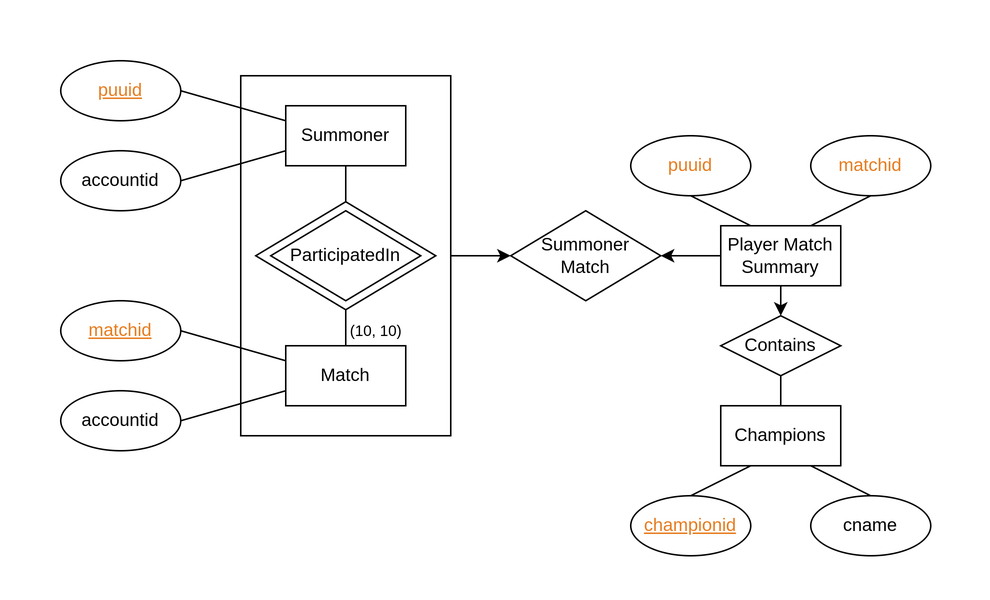
andr-dev/CS348 keeps this draw.io diagram as db/diagram/er.png. Above is the earlier version. Source tidied: cells renumbered, new cells last; positions are measured from the earlier drawing's top-left corner, leaving out a move shared by most shapes.
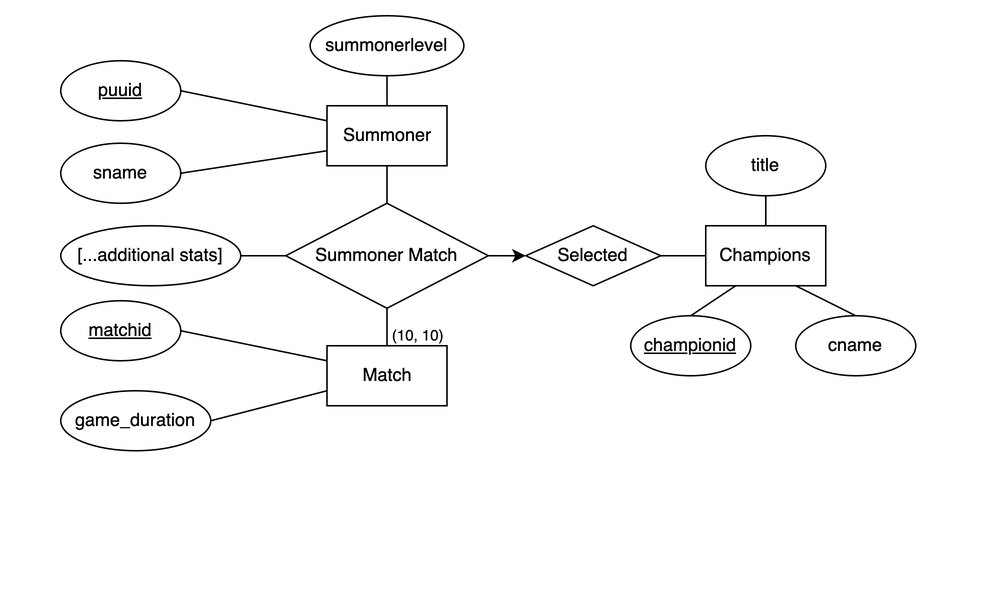
Later version of the same file.

Diff of the diagram source:
```diff
@@ -2,13 +2,7 @@
   <root>
     <mxCell id="0" />
     <mxCell id="1" parent="0" />
-    <mxCell id="2" style="edgeStyle=none;rounded=0;jettySize=auto;html=1;exitX=1;exitY=0.5;exitDx=0;exitDy=0;entryX=0;entryY=0.5;entryDx=0;entryDy=0;fontSize=10;fontColor=#E67E22;startArrow=none;startFill=0;endArrow=classic;endFill=1;" parent="1" edge="1" source="3" target="31">
-      <mxGeometry relative="1" as="geometry" />
-    </mxCell>
-    <mxCell id="3" style="rounded=0;whiteSpace=wrap;html=1;fontSize=5;fontColor=#000000;" parent="1" vertex="1">
-      <mxGeometry x="120" y="10" width="140" height="240" as="geometry" />
-    </mxCell>
-    <mxCell id="4" style="edgeStyle=none;rounded=0;jettySize=auto;html=1;exitX=0.5;exitY=0;exitDx=0;exitDy=0;entryX=0.5;entryY=1;entryDx=0;entryDy=0;fontSize=10;fontColor=#E67E22;startArrow=none;startFill=0;endArrow=none;endFill=0;" parent="1" edge="1" source="7" target="32">
+    <mxCell id="4" style="edgeStyle=none;rounded=0;jettySize=auto;html=1;exitX=0;exitY=0.5;exitDx=0;exitDy=0;entryX=1;entryY=0.5;entryDx=0;entryDy=0;fontSize=10;fontColor=#E67E22;startArrow=none;startFill=0;endArrow=none;endFill=0;" parent="1" edge="1" source="7" target="32">
       <mxGeometry relative="1" as="geometry" />
     </mxCell>
     <mxCell id="5" style="edgeStyle=none;rounded=0;jettySize=auto;html=1;exitX=0.25;exitY=1;exitDx=0;exitDy=0;entryX=0.5;entryY=0;entryDx=0;entryDy=0;fontSize=10;fontColor=#E67E22;startArrow=none;startFill=0;endArrow=none;endFill=0;" parent="1" edge="1" source="7" target="8">
@@ -18,82 +12,80 @@
       <mxGeometry relative="1" as="geometry" />
     </mxCell>
     <mxCell id="7" value="Champions" style="rounded=0;whiteSpace=wrap;html=1;" parent="1" vertex="1">
-      <mxGeometry x="440" y="230" width="80" height="40" as="geometry" />
+      <mxGeometry x="430" y="110" width="80" height="40" as="geometry" />
     </mxCell>
-    <mxCell id="8" value="&lt;font&gt;&lt;u&gt;championid&lt;/u&gt;&lt;/font&gt;" style="ellipse;whiteSpace=wrap;html=1;fontColor=#e67e22;" parent="1" vertex="1">
-      <mxGeometry x="380" y="290" width="80" height="40" as="geometry" />
+    <mxCell id="8" value="&lt;font color=&quot;#0d0702&quot;&gt;&lt;u&gt;championid&lt;/u&gt;&lt;/font&gt;" style="ellipse;whiteSpace=wrap;html=1;fontColor=#e67e22;" parent="1" vertex="1">
+      <mxGeometry x="380" y="170" width="80" height="40" as="geometry" />
     </mxCell>
     <mxCell id="9" value="&lt;font color=&quot;#000000&quot;&gt;cname&lt;/font&gt;" style="ellipse;whiteSpace=wrap;html=1;fontColor=#e67e22;" parent="1" vertex="1">
-      <mxGeometry x="500" y="290" width="80" height="40" as="geometry" />
+      <mxGeometry x="490" y="170" width="80" height="40" as="geometry" />
     </mxCell>
     <mxCell id="10" style="edgeStyle=none;rounded=0;jettySize=auto;html=1;exitX=0.5;exitY=1;exitDx=0;exitDy=0;entryX=0.5;entryY=0;entryDx=0;entryDy=0;fontSize=5;fontColor=#000000;startArrow=none;startFill=0;endArrow=none;endFill=0;" parent="1" edge="1" source="11" target="30">
       <mxGeometry relative="1" as="geometry" />
     </mxCell>
     <mxCell id="11" value="Summoner" style="rounded=0;whiteSpace=wrap;html=1;" parent="1" vertex="1">
-      <mxGeometry x="150" y="30" width="80" height="40" as="geometry" />
+      <mxGeometry x="177.5" y="30" width="80" height="40" as="geometry" />
     </mxCell>
     <mxCell id="12" style="edgeStyle=none;rounded=0;jettySize=auto;html=1;exitX=1;exitY=0.5;exitDx=0;exitDy=0;entryX=0;entryY=0.25;entryDx=0;entryDy=0;fontColor=#000000;endArrow=none;endFill=0;" parent="1" edge="1" source="13" target="11">
       <mxGeometry relative="1" as="geometry" />
     </mxCell>
-    <mxCell id="13" value="&lt;font&gt;&lt;u&gt;puuid&lt;/u&gt;&lt;/font&gt;" style="ellipse;whiteSpace=wrap;html=1;fontColor=#e67e22;" parent="1" vertex="1">
+    <mxCell id="13" value="&lt;font color=&quot;#000000&quot;&gt;&lt;u&gt;puuid&lt;/u&gt;&lt;/font&gt;" style="ellipse;whiteSpace=wrap;html=1;fontColor=#e67e22;" parent="1" vertex="1">
       <mxGeometry width="80" height="40" as="geometry" />
     </mxCell>
     <mxCell id="14" style="edgeStyle=none;rounded=0;jettySize=auto;html=1;exitX=1;exitY=0.5;exitDx=0;exitDy=0;entryX=0;entryY=0.75;entryDx=0;entryDy=0;fontColor=#000000;endArrow=none;endFill=0;" parent="1" edge="1" source="15" target="11">
       <mxGeometry relative="1" as="geometry" />
     </mxCell>
-    <mxCell id="15" value="&lt;font color=&quot;#000000&quot;&gt;accountid&lt;/font&gt;" style="ellipse;whiteSpace=wrap;html=1;fontColor=#e67e22;" parent="1" vertex="1">
-      <mxGeometry y="60" width="80" height="40" as="geometry" />
+    <mxCell id="15" value="&lt;font color=&quot;#000000&quot;&gt;sname&lt;/font&gt;" style="ellipse;whiteSpace=wrap;html=1;fontColor=#e67e22;" parent="1" vertex="1">
+      <mxGeometry y="55" width="80" height="40" as="geometry" />
     </mxCell>
     <mxCell id="16" value="(10, 10)" style="edgeStyle=none;rounded=0;jettySize=auto;html=1;exitX=0.5;exitY=0;exitDx=0;exitDy=0;entryX=0.5;entryY=1;entryDx=0;entryDy=0;fontSize=10;fontColor=#000000;startArrow=none;startFill=0;endArrow=none;endFill=0;verticalAlign=middle;labelPosition=center;verticalLabelPosition=middle;align=center;" parent="1" edge="1" source="17" target="30">
       <mxGeometry x="-0.33" y="-20" relative="1" as="geometry" />
     </mxCell>
     <mxCell id="17" value="Match" style="rounded=0;whiteSpace=wrap;html=1;" parent="1" vertex="1">
-      <mxGeometry x="150" y="190" width="80" height="40" as="geometry" />
+      <mxGeometry x="177.5" y="190" width="80" height="40" as="geometry" />
     </mxCell>
     <mxCell id="18" style="edgeStyle=none;rounded=0;jettySize=auto;html=1;exitX=1;exitY=0.5;exitDx=0;exitDy=0;entryX=0;entryY=0.25;entryDx=0;entryDy=0;fontColor=#000000;endArrow=none;endFill=0;" parent="1" edge="1" source="19" target="17">
       <mxGeometry relative="1" as="geometry" />
     </mxCell>
-    <mxCell id="19" value="&lt;font&gt;&lt;u&gt;matchid&lt;/u&gt;&lt;/font&gt;" style="ellipse;whiteSpace=wrap;html=1;fontColor=#e67e22;" parent="1" vertex="1">
+    <mxCell id="19" value="&lt;font color=&quot;#000000&quot;&gt;&lt;u&gt;matchid&lt;/u&gt;&lt;/font&gt;" style="ellipse;whiteSpace=wrap;html=1;fontColor=#e67e22;" parent="1" vertex="1">
       <mxGeometry y="160" width="80" height="40" as="geometry" />
     </mxCell>
     <mxCell id="20" style="edgeStyle=none;rounded=0;jettySize=auto;html=1;exitX=1;exitY=0.5;exitDx=0;exitDy=0;entryX=0;entryY=0.75;entryDx=0;entryDy=0;fontColor=#000000;endArrow=none;endFill=0;" parent="1" edge="1" source="21" target="17">
       <mxGeometry relative="1" as="geometry" />
     </mxCell>
-    <mxCell id="21" value="&lt;font color=&quot;#000000&quot;&gt;accountid&lt;/font&gt;" style="ellipse;whiteSpace=wrap;html=1;fontColor=#e67e22;" parent="1" vertex="1">
-      <mxGeometry y="220" width="80" height="40" as="geometry" />
+    <mxCell id="21" value="&lt;font color=&quot;#000000&quot;&gt;game_duration&lt;/font&gt;" style="ellipse;whiteSpace=wrap;html=1;fontColor=#e67e22;" parent="1" vertex="1">
+      <mxGeometry y="220" width="100" height="40" as="geometry" />
     </mxCell>
-    <mxCell id="22" style="edgeStyle=none;rounded=0;jettySize=auto;html=1;exitX=0;exitY=0.5;exitDx=0;exitDy=0;entryX=1;entryY=0.5;entryDx=0;entryDy=0;fontSize=10;fontColor=#E67E22;startArrow=none;startFill=0;endArrow=classic;endFill=1;" parent="1" edge="1" source="24" target="31">
-      <mxGeometry relative="1" as="geometry" />
-    </mxCell>
-    <mxCell id="23" style="edgeStyle=none;rounded=0;jettySize=auto;html=1;exitX=0.5;exitY=1;exitDx=0;exitDy=0;entryX=0.5;entryY=0;entryDx=0;entryDy=0;fontSize=10;fontColor=#E67E22;startArrow=none;startFill=0;endArrow=classic;endFill=1;" parent="1" edge="1" source="24" target="32">
+    <mxCell id="23" style="edgeStyle=none;rounded=0;jettySize=auto;html=1;exitX=1;exitY=0.5;exitDx=0;exitDy=0;entryX=0;entryY=0.5;entryDx=0;entryDy=0;fontSize=10;fontColor=#E67E22;startArrow=none;startFill=0;endArrow=classic;endFill=1;" parent="1" edge="1" source="30" target="32">
       <mxGeometry relative="1" as="geometry" />
     </mxCell>
-    <mxCell id="24" value="Player Match Summary" style="rounded=0;whiteSpace=wrap;html=1;" parent="1" vertex="1">
-      <mxGeometry x="440" y="110" width="80" height="40" as="geometry" />
-    </mxCell>
-    <mxCell id="25" style="edgeStyle=none;rounded=0;jettySize=auto;html=1;exitX=0.5;exitY=1;exitDx=0;exitDy=0;entryX=0.25;entryY=0;entryDx=0;entryDy=0;fontSize=10;fontColor=#E67E22;startArrow=none;startFill=0;endArrow=none;endFill=0;" parent="1" edge="1" source="26" target="24">
-      <mxGeometry relative="1" as="geometry" />
-    </mxCell>
-    <mxCell id="26" value="&lt;span&gt;puuid&lt;/span&gt;" style="ellipse;whiteSpace=wrap;html=1;fontColor=#e67e22;fontStyle=0;" parent="1" vertex="1">
-      <mxGeometry x="380" y="50" width="80" height="40" as="geometry" />
-    </mxCell>
-    <mxCell id="27" style="edgeStyle=none;rounded=0;jettySize=auto;html=1;exitX=0.5;exitY=1;exitDx=0;exitDy=0;entryX=0.75;entryY=0;entryDx=0;entryDy=0;fontSize=10;fontColor=#E67E22;startArrow=none;startFill=0;endArrow=none;endFill=0;" parent="1" edge="1" source="28" target="24">
-      <mxGeometry relative="1" as="geometry" />
-    </mxCell>
-    <mxCell id="28" value="&lt;span&gt;matchid&lt;/span&gt;" style="ellipse;whiteSpace=wrap;html=1;fontColor=#e67e22;fontStyle=0;" parent="1" vertex="1">
-      <mxGeometry x="500" y="50" width="80" height="40" as="geometry" />
-    </mxCell>
-    <mxCell id="29" style="rhombus;whiteSpace=wrap;html=1;strokeColor=#000000;fontSize=10;fontColor=#E67E22;" parent="1" vertex="1">
-      <mxGeometry x="130" y="94" width="120" height="72" as="geometry" />
-    </mxCell>
-    <mxCell id="30" value="&lt;span style=&quot;font-size: 12px;&quot;&gt;ParticipatedIn&lt;/span&gt;" style="rhombus;whiteSpace=wrap;html=1;fontSize=5;fontColor=#000000;perimeterSpacing=0;shadow=0;rounded=0;sketch=0;" parent="1" vertex="1">
-      <mxGeometry x="140" y="100" width="100" height="60" as="geometry" />
+    <mxCell id="30" value="&lt;span style=&quot;font-size: 12px;&quot;&gt;Summoner Match&lt;/span&gt;" style="rhombus;whiteSpace=wrap;html=1;fontSize=5;fontColor=#000000;perimeterSpacing=0;shadow=0;rounded=0;sketch=0;" parent="1" vertex="1">
+      <mxGeometry x="150" y="95" width="135" height="70" as="geometry" />
     </mxCell>
-    <mxCell id="31" value="&lt;span style=&quot;font-size: 12px;&quot;&gt;Summoner&lt;br&gt;Match&lt;/span&gt;" style="rhombus;whiteSpace=wrap;html=1;fontSize=5;fontColor=#000000;perimeterSpacing=0;shadow=0;rounded=0;sketch=0;" parent="1" vertex="1">
-      <mxGeometry x="300" y="100" width="100" height="60" as="geometry" />
-    </mxCell>
-    <mxCell id="32" value="&lt;span style=&quot;font-size: 12px;&quot;&gt;Contains&lt;/span&gt;" style="rhombus;whiteSpace=wrap;html=1;fontSize=5;fontColor=#000000;perimeterSpacing=0;shadow=0;rounded=0;sketch=0;" parent="1" vertex="1">
-      <mxGeometry x="440" y="170" width="80" height="40" as="geometry" />
+    <mxCell id="32" value="&lt;span style=&quot;font-size: 12px;&quot;&gt;Selected&lt;/span&gt;" style="rhombus;whiteSpace=wrap;html=1;fontSize=5;fontColor=#000000;perimeterSpacing=0;shadow=0;rounded=0;sketch=0;" parent="1" vertex="1">
+      <mxGeometry x="310" y="110" width="90" height="40" as="geometry" />
     </mxCell>
+    <mxCell id="33" style="edgeStyle=orthogonalEdgeStyle;rounded=0;jettySize=auto;html=1;entryX=0;entryY=0.5;entryDx=0;entryDy=0;fontColor=#000000;endArrow=none;endFill=0;" parent="1" edge="1" source="34" target="30">
+      <mxGeometry relative="1" as="geometry">
+        <Array as="points">
+          <mxPoint x="90" y="130" />
+        </Array>
+      </mxGeometry>
+    </mxCell>
+    <mxCell id="34" value="&lt;font color=&quot;#000000&quot;&gt;[...additional stats]&lt;/font&gt;" style="ellipse;whiteSpace=wrap;html=1;fontColor=#e67e22;" parent="1" vertex="1">
+      <mxGeometry y="110" width="120" height="40" as="geometry" />
+    </mxCell>
+    <mxCell id="35" style="edgeStyle=orthogonalEdgeStyle;rounded=0;jettySize=auto;html=1;entryX=0.5;entryY=0;entryDx=0;entryDy=0;fontColor=#000000;endArrow=none;endFill=0;" parent="1" edge="1" source="36" target="7">
+      <mxGeometry relative="1" as="geometry" />
+    </mxCell>
+    <mxCell id="36" value="&lt;font color=&quot;#000000&quot;&gt;title&lt;/font&gt;" style="ellipse;whiteSpace=wrap;html=1;fontColor=#e67e22;" parent="1" vertex="1">
+      <mxGeometry x="430" y="50" width="80" height="40" as="geometry" />
+    </mxCell>
+    <mxCell id="37" style="edgeStyle=orthogonalEdgeStyle;rounded=0;jettySize=auto;html=1;entryX=0.5;entryY=0;entryDx=0;entryDy=0;fontColor=#000000;endArrow=none;endFill=0;" parent="1" edge="1" source="38" target="11">
+      <mxGeometry relative="1" as="geometry" />
+    </mxCell>
+    <mxCell id="38" value="&lt;font color=&quot;#000000&quot;&gt;summonerlevel&lt;/font&gt;" style="ellipse;whiteSpace=wrap;html=1;fontColor=#e67e22;" parent="1" vertex="1">
+      <mxGeometry x="166.2" y="-30" width="102.5" height="40" as="geometry" />
+    </mxCell>
   </root>
 </mxGraphModel>
```
